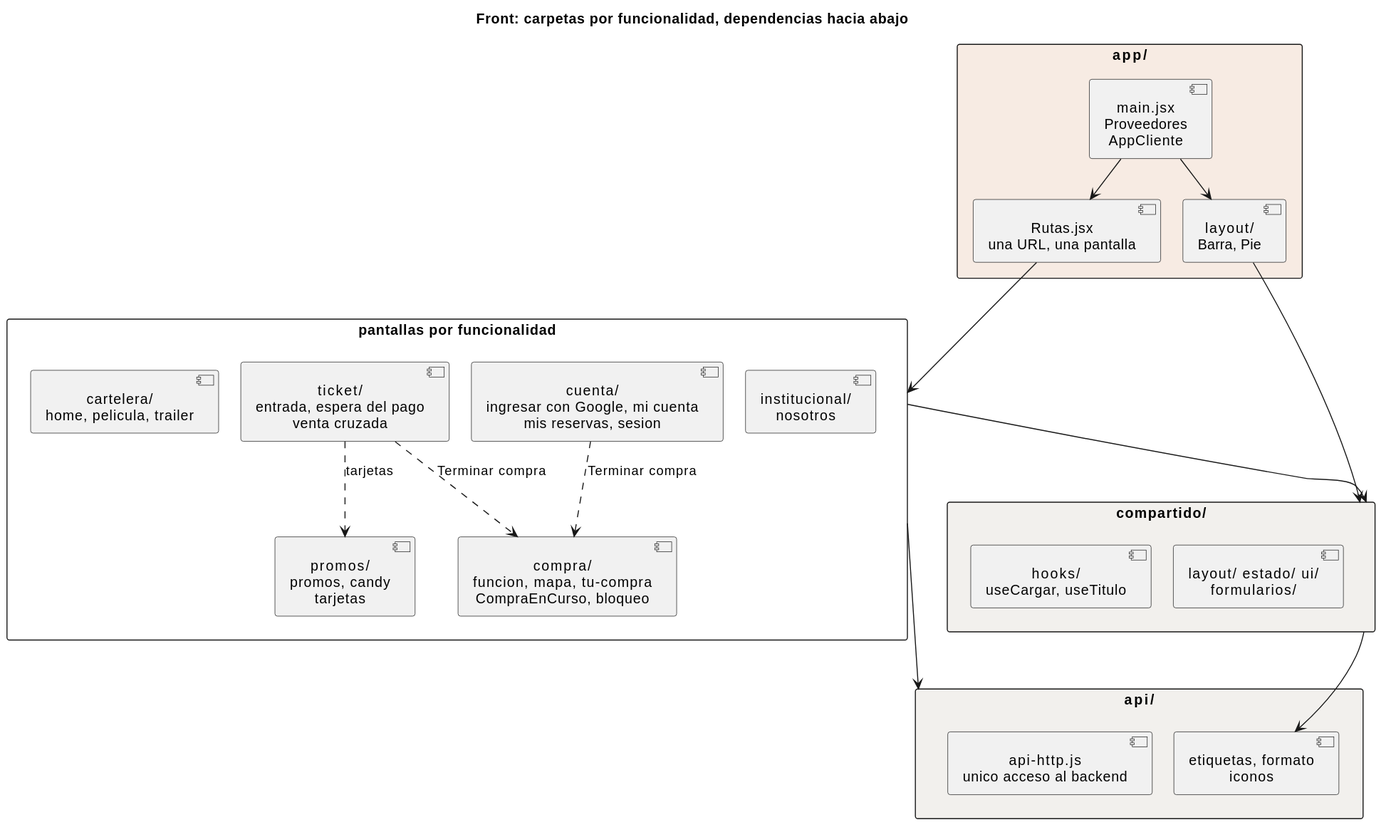
The PlantUML diagram _other/docs/diagramas/front-estructura.svg in andreiveisuade/cine-uade, before a commit.
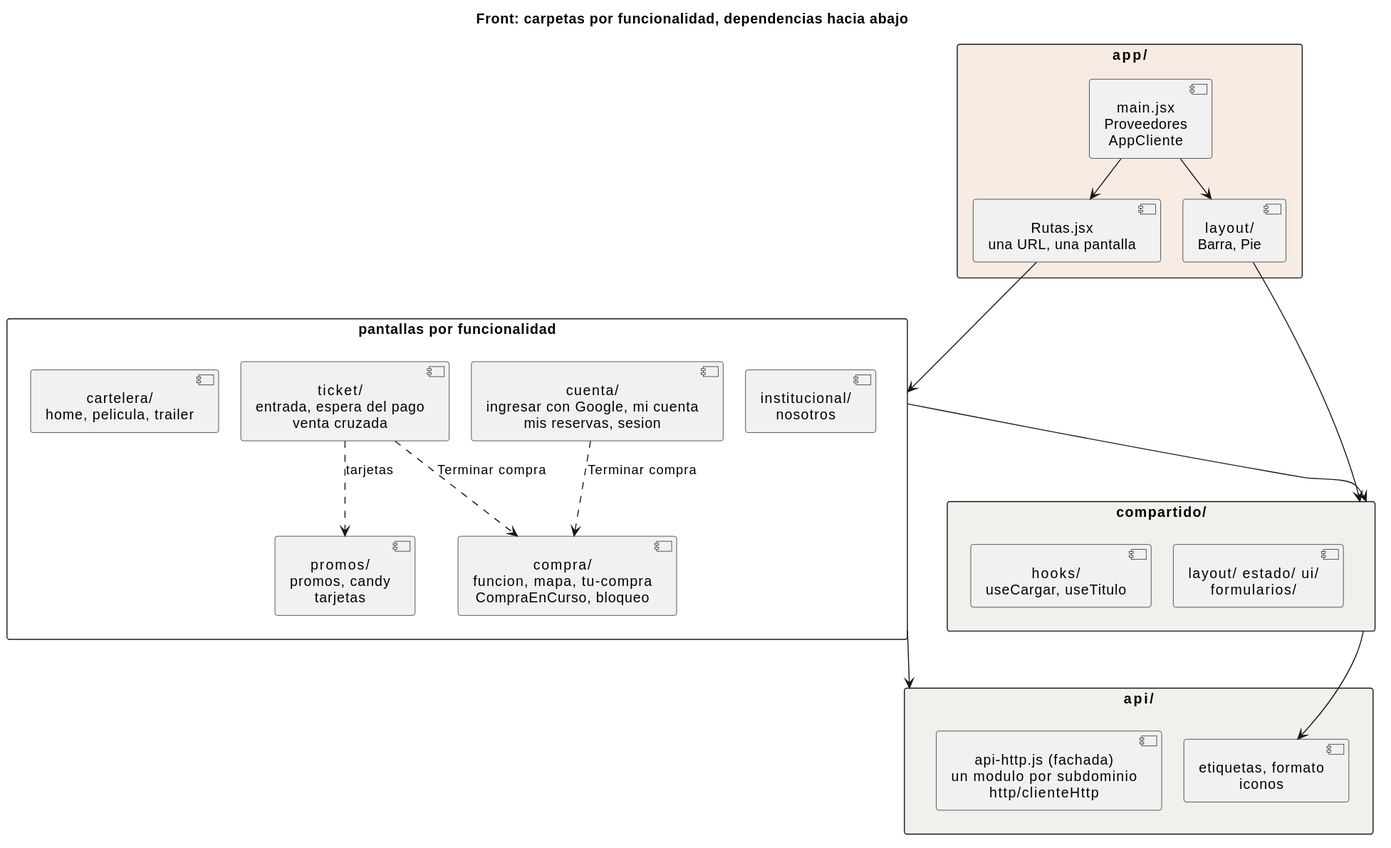
After the commit.

What changed in the source:
```diff
@@ -27,7 +27,7 @@
 }
 
 package "api/" as API #F2F0ED {
-  [api-http.js\nunico acceso al backend] as HTTP
+  [api-http.js (fachada)\nun modulo por subdominio\nhttp/clienteHttp] as HTTP
   [etiquetas, formato\niconos] as PRES
 }
 
```
